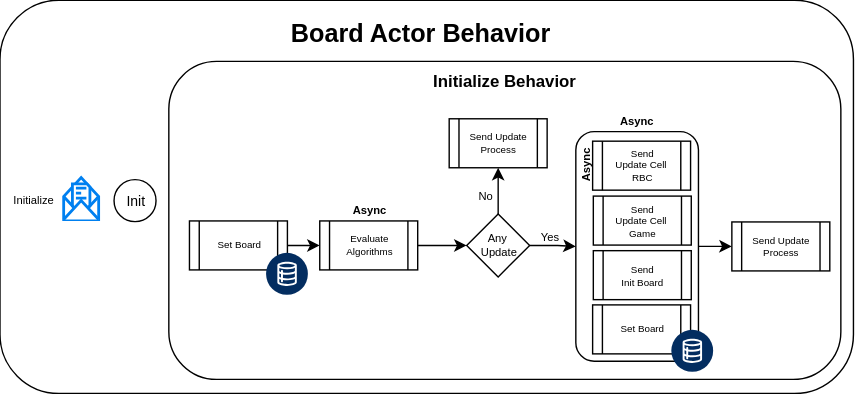
Above: docs/BoardActor.svg in sunlao/py_sudoku_solver (draw.io), before the change. Source tidied: cells renumbered, new cells last; positions are measured from the earlier drawing's top-left corner, leaving out a move shared by most shapes.
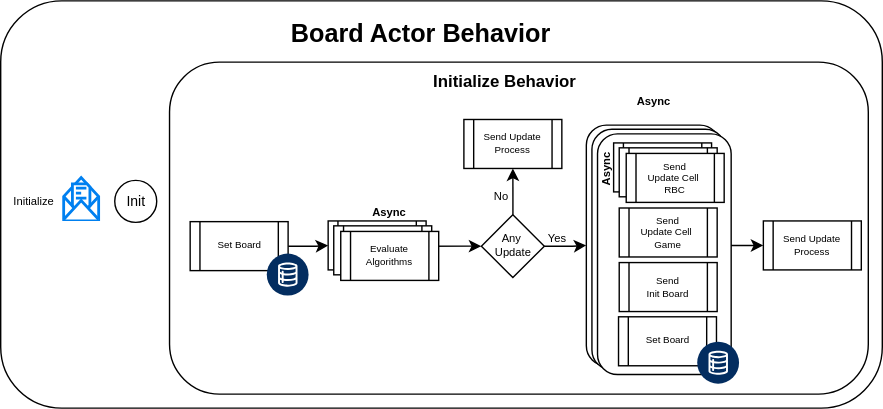
The same diagram one commit later.

Diff of the diagram source:
```diff
@@ -3,16 +3,22 @@
     <mxCell id="0" />
     <mxCell id="1" parent="0" />
     <mxCell id="2" style="rounded=1;whiteSpace=wrap;html=1;" parent="1" vertex="1">
-      <mxGeometry width="609.9" height="281" as="geometry" />
+      <mxGeometry width="630" height="291" as="geometry" />
     </mxCell>
     <mxCell id="3" style="rounded=1;whiteSpace=wrap;html=1;" parent="1" vertex="1">
-      <mxGeometry x="120.7" y="43.8" width="480.2" height="227.2" as="geometry" />
+      <mxGeometry x="120.7" y="43.8" width="499.4" height="237.2" as="geometry" />
     </mxCell>
-    <mxCell id="4" style="edgeStyle=orthogonalEdgeStyle;rounded=0;jettySize=auto;html=1;" parent="1" edge="1" source="5" target="21">
-      <mxGeometry relative="1" as="geometry" />
-    </mxCell>
+    <mxCell id="31" style="edgeStyle=orthogonalEdgeStyle;rounded=0;jettySize=auto;html=1;entryX=0;entryY=0.5;entryDx=0;entryDy=0;" parent="1" edge="1" source="32" target="21">
+      <mxGeometry relative="1" as="geometry" />
+    </mxCell>
+    <mxCell id="32" style="rounded=1;whiteSpace=wrap;html=1;" parent="1" vertex="1">
+      <mxGeometry x="418.5" y="88.8" width="95.5" height="172" as="geometry" />
+    </mxCell>
+    <mxCell id="33" style="rounded=1;whiteSpace=wrap;html=1;" parent="1" vertex="1">
+      <mxGeometry x="422.5" y="91.8" width="95.5" height="172" as="geometry" />
+    </mxCell>
     <mxCell id="5" style="rounded=1;whiteSpace=wrap;html=1;" parent="1" vertex="1">
-      <mxGeometry x="411.5" y="93.9" width="87.6" height="164.1" as="geometry" />
+      <mxGeometry x="426.5" y="95" width="95.5" height="172" as="geometry" />
     </mxCell>
     <mxCell id="6" value="Init" style="ellipse;whiteSpace=wrap;html=1;fontSize=10;" parent="1" vertex="1">
       <mxGeometry x="81.5" y="128.2" width="30" height="30" as="geometry" />
@@ -23,7 +29,7 @@
     <mxCell id="8" value="&lt;div&gt;Initialize&lt;/div&gt;" style="text;html=1;whiteSpace=wrap;strokeColor=none;fillColor=none;align=center;verticalAlign=middle;rounded=0;fontSize=8;" parent="1" vertex="1">
       <mxGeometry x="9" y="128.2" width="30" height="30" as="geometry" />
     </mxCell>
-    <mxCell id="9" style="edgeStyle=orthogonalEdgeStyle;rounded=0;jettySize=auto;html=1;entryX=0;entryY=0.5;entryDx=0;entryDy=0;" parent="1" edge="1" source="10" target="13">
+    <mxCell id="9" style="edgeStyle=orthogonalEdgeStyle;rounded=0;jettySize=auto;html=1;entryX=0;entryY=0.5;entryDx=0;entryDy=0;" parent="1" edge="1" source="10" target="34">
       <mxGeometry relative="1" as="geometry" />
     </mxCell>
     <mxCell id="10" value="Set Board" style="shape=process;whiteSpace=wrap;html=1;backgroundOutline=1;fontSize=7;" parent="1" vertex="1">
@@ -32,62 +38,76 @@
     <mxCell id="11" value="Initialize Behavior" style="text;html=1;whiteSpace=wrap;strokeColor=none;fillColor=none;align=center;verticalAlign=middle;rounded=0;fontStyle=1;" parent="1" vertex="1">
       <mxGeometry x="119.9" y="42.8" width="481" height="30" as="geometry" />
     </mxCell>
-    <mxCell id="12" style="edgeStyle=orthogonalEdgeStyle;rounded=0;jettySize=auto;html=1;entryX=0;entryY=0.5;entryDx=0;entryDy=0;" parent="1" edge="1" source="13" target="19">
-      <mxGeometry relative="1" as="geometry" />
+    <mxCell id="12" style="edgeStyle=orthogonalEdgeStyle;rounded=0;jettySize=auto;html=1;entryX=0;entryY=0.5;entryDx=0;entryDy=0;" parent="1" edge="1" target="19">
+      <mxGeometry relative="1" as="geometry">
+        <mxPoint x="302.5" y="175.3" as="sourcePoint" />
+      </mxGeometry>
     </mxCell>
-    <mxCell id="13" value="Evaluate&lt;div&gt;Algorithms&lt;/div&gt;" style="shape=process;whiteSpace=wrap;html=1;backgroundOutline=1;fontSize=7;" parent="1" vertex="1">
-      <mxGeometry x="228.5" y="157.8" width="70" height="35" as="geometry" />
-    </mxCell>
-    <mxCell id="14" value="Async" style="text;html=1;whiteSpace=wrap;strokeColor=none;fillColor=none;align=center;verticalAlign=middle;rounded=0;fontSize=8;fontStyle=1;" parent="1" vertex="1">
-      <mxGeometry x="253.5" y="143.8" width="20" height="12.5" as="geometry" />
-    </mxCell>
-    <mxCell id="15" value="Send &lt;br&gt;Update Cell&amp;nbsp;&lt;div&gt;RBC&lt;/div&gt;" style="shape=process;whiteSpace=wrap;html=1;backgroundOutline=1;fontSize=7;" parent="1" vertex="1">
-      <mxGeometry x="423.5" y="100.8" width="70" height="35" as="geometry" />
-    </mxCell>
     <mxCell id="16" value="Async" style="text;html=1;whiteSpace=wrap;strokeColor=none;fillColor=none;align=center;verticalAlign=middle;rounded=0;fontSize=8;fontStyle=1;" parent="1" vertex="1">
-      <mxGeometry x="445.3" y="79.2" width="20" height="12.5" as="geometry" />
+      <mxGeometry x="457" y="65.2" width="20" height="12.5" as="geometry" />
     </mxCell>
-    <mxCell id="17" style="edgeStyle=orthogonalEdgeStyle;rounded=0;jettySize=auto;html=1;entryX=0;entryY=0.5;entryDx=0;entryDy=0;" parent="1" edge="1" source="19" target="5">
+    <mxCell id="17" style="edgeStyle=orthogonalEdgeStyle;rounded=0;jettySize=auto;html=1;entryX=0;entryY=0.5;entryDx=0;entryDy=0;" parent="1" edge="1" source="19" target="32">
       <mxGeometry relative="1" as="geometry" />
     </mxCell>
     <mxCell id="18" style="edgeStyle=orthogonalEdgeStyle;rounded=0;jettySize=auto;html=1;entryX=0.5;entryY=1;entryDx=0;entryDy=0;" parent="1" edge="1" source="19" target="30">
       <mxGeometry relative="1" as="geometry" />
     </mxCell>
     <mxCell id="19" value="Any&amp;nbsp;&lt;div&gt;Update&lt;/div&gt;" style="rhombus;whiteSpace=wrap;html=1;fontSize=8;" parent="1" vertex="1">
-      <mxGeometry x="333.5" y="152.8" width="45" height="45" as="geometry" />
+      <mxGeometry x="343.5" y="152.8" width="45" height="45" as="geometry" />
     </mxCell>
     <mxCell id="20" value="Send&lt;br&gt;Update Cell&amp;nbsp;&lt;div&gt;Game&lt;/div&gt;" style="shape=process;whiteSpace=wrap;html=1;backgroundOutline=1;fontSize=7;" parent="1" vertex="1">
-      <mxGeometry x="424" y="140" width="70" height="35" as="geometry" />
+      <mxGeometry x="442" y="148" width="70" height="35" as="geometry" />
     </mxCell>
     <mxCell id="21" value="&lt;div&gt;Send Update Process&lt;/div&gt;" style="shape=process;whiteSpace=wrap;html=1;backgroundOutline=1;fontSize=7;" parent="1" vertex="1">
-      <mxGeometry x="523" y="158.5" width="70" height="35" as="geometry" />
+      <mxGeometry x="545" y="157.2" width="70" height="35" as="geometry" />
     </mxCell>
     <mxCell id="22" value="Async" style="text;html=1;whiteSpace=wrap;strokeColor=none;fillColor=none;align=center;verticalAlign=middle;rounded=0;fontSize=8;fontStyle=1;horizontal=0;" parent="1" vertex="1">
-      <mxGeometry x="408.9" y="111.8" width="20" height="12.5" as="geometry" />
+      <mxGeometry x="422.9" y="114.8" width="20" height="12.5" as="geometry" />
     </mxCell>
     <mxCell id="23" value="Set Board" style="shape=process;whiteSpace=wrap;html=1;backgroundOutline=1;fontSize=7;" parent="1" vertex="1">
-      <mxGeometry x="423.5" y="217.8" width="70" height="35" as="geometry" />
+      <mxGeometry x="441.5" y="225.8" width="70" height="35" as="geometry" />
     </mxCell>
     <mxCell id="24" value="Yes" style="text;html=1;whiteSpace=wrap;strokeColor=none;fillColor=none;align=center;verticalAlign=middle;rounded=0;fontSize=8;" parent="1" vertex="1">
-      <mxGeometry x="382.5" y="162.5" width="20" height="12.5" as="geometry" />
+      <mxGeometry x="387.5" y="163.5" width="20" height="12.5" as="geometry" />
     </mxCell>
     <mxCell id="25" value="No" style="text;html=1;whiteSpace=wrap;strokeColor=none;fillColor=none;align=center;verticalAlign=middle;rounded=0;fontSize=8;" parent="1" vertex="1">
-      <mxGeometry x="337" y="133.2" width="20" height="12.5" as="geometry" />
+      <mxGeometry x="348" y="133.2" width="20" height="12.5" as="geometry" />
     </mxCell>
     <mxCell id="26" value="Board Actor Behavior" style="text;html=1;whiteSpace=wrap;strokeColor=none;fillColor=none;align=center;verticalAlign=middle;rounded=0;fontStyle=1;fontSize=18;" parent="1" vertex="1">
       <mxGeometry x="0.9" y="10" width="598.9" height="27" as="geometry" />
     </mxCell>
     <mxCell id="27" style="verticalLabelPosition=bottom;html=1;shape=mxgraph.salesforce.data2;fillColorStyles=fillColor2,fillColor3;fillColor2=#032d60;fillColor3=#ffffff;fillColor=none;strokeColor=none;" parent="1" vertex="1">
-      <mxGeometry x="479.7" y="235.6" width="30" height="30" as="geometry" />
+      <mxGeometry x="497.7" y="243.6" width="30" height="30" as="geometry" />
     </mxCell>
     <mxCell id="28" style="verticalLabelPosition=bottom;html=1;shape=mxgraph.salesforce.data2;fillColorStyles=fillColor2,fillColor3;fillColor2=#032d60;fillColor3=#ffffff;fillColor=none;strokeColor=none;" parent="1" vertex="1">
       <mxGeometry x="190.1" y="180.6" width="30" height="30" as="geometry" />
     </mxCell>
     <mxCell id="29" value="Send&lt;br&gt;&lt;div&gt;Init Board&lt;/div&gt;" style="shape=process;whiteSpace=wrap;html=1;backgroundOutline=1;fontSize=7;" parent="1" vertex="1">
-      <mxGeometry x="424" y="179" width="70" height="35" as="geometry" />
+      <mxGeometry x="442" y="187" width="70" height="35" as="geometry" />
     </mxCell>
     <mxCell id="30" value="&lt;div&gt;Send Update Process&lt;/div&gt;" style="shape=process;whiteSpace=wrap;html=1;backgroundOutline=1;fontSize=7;" parent="1" vertex="1">
-      <mxGeometry x="321" y="84.8" width="70" height="35" as="geometry" />
+      <mxGeometry x="331" y="84.8" width="70" height="35" as="geometry" />
     </mxCell>
+    <mxCell id="14" value="Async" style="text;html=1;whiteSpace=wrap;strokeColor=none;fillColor=none;align=center;verticalAlign=middle;rounded=0;fontSize=8;fontStyle=1;" parent="1" vertex="1">
+      <mxGeometry x="268" y="144.8" width="20" height="12.5" as="geometry" />
+    </mxCell>
+    <mxCell id="34" style="shape=process;whiteSpace=wrap;html=1;backgroundOutline=1;fontSize=7;" parent="1" vertex="1">
+      <mxGeometry x="234" y="157.2" width="70" height="35" as="geometry" />
+    </mxCell>
+    <mxCell id="35" style="shape=process;whiteSpace=wrap;html=1;backgroundOutline=1;fontSize=7;" parent="1" vertex="1">
+      <mxGeometry x="238" y="160.8" width="70" height="35" as="geometry" />
+    </mxCell>
+    <mxCell id="13" value="Evaluate&lt;div&gt;Algorithms&lt;/div&gt;" style="shape=process;whiteSpace=wrap;html=1;backgroundOutline=1;fontSize=7;" parent="1" vertex="1">
+      <mxGeometry x="243" y="164.8" width="70" height="35" as="geometry" />
+    </mxCell>
+    <mxCell id="36" style="shape=process;whiteSpace=wrap;html=1;backgroundOutline=1;fontSize=7;" parent="1" vertex="1">
+      <mxGeometry x="438" y="101.5" width="70" height="35" as="geometry" />
+    </mxCell>
+    <mxCell id="37" style="shape=process;whiteSpace=wrap;html=1;backgroundOutline=1;fontSize=7;" parent="1" vertex="1">
+      <mxGeometry x="442" y="105" width="70" height="35" as="geometry" />
+    </mxCell>
+    <mxCell id="15" value="Send&lt;br&gt;Update Cell&amp;nbsp;&lt;div&gt;RBC&lt;/div&gt;" style="shape=process;whiteSpace=wrap;html=1;backgroundOutline=1;fontSize=7;" parent="1" vertex="1">
+      <mxGeometry x="447" y="109" width="70" height="35" as="geometry" />
+    </mxCell>
   </root>
 </mxGraphModel>
```
